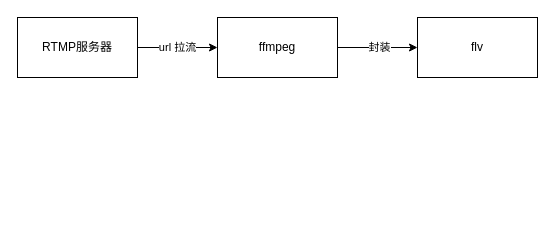
This is page "Page-16" (16 of 16) of Untitled Diagram2.drawio from craterone/imgs, a draw.io file, before an edit. Source tidied: cells renumbered, new cells numbered last; positions are measured from the earlier drawing's top-left corner, leaving out a move shared by most shapes. Both pictures are drawn from the tidied source at 100%, with x=0, y=0 at pixel (17, 17).
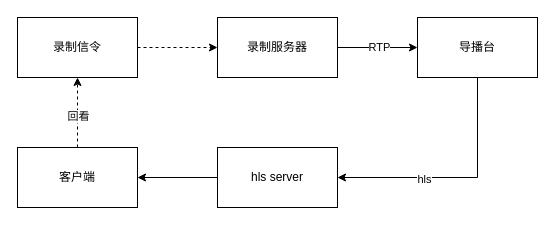
Above is the later version.

Change to the diagram source:
```diff
@@
 <mxGraphModel>
   <root>
     <mxCell id="0" />
     <mxCell id="1" parent="0" />
-    <mxCell id="2" value="url 拉流" style="edgeStyle=orthogonalEdgeStyle;rounded=0;jettySize=auto;html=1;entryX=0;entryY=0.5;entryDx=0;entryDy=0;" parent="1" edge="1" source="3" target="6">
+    <mxCell id="2" style="edgeStyle=orthogonalEdgeStyle;rounded=0;jettySize=auto;html=1;entryX=0;entryY=0.5;entryDx=0;entryDy=0;dashed=1;" parent="1" edge="1" source="3" target="6">
       <mxGeometry relative="1" as="geometry" />
     </mxCell>
-    <mxCell id="3" value="RTMP服务器" style="rounded=0;whiteSpace=wrap;html=1;" parent="1" vertex="1">
+    <mxCell id="3" value="录制信令" style="rounded=0;whiteSpace=wrap;html=1;" parent="1" vertex="1">
       <mxGeometry width="120" height="60" as="geometry" />
     </mxCell>
     <mxCell id="4" style="edgeStyle=orthogonalEdgeStyle;rounded=0;jettySize=auto;html=1;" parent="1" edge="1" source="6" target="7">
       <mxGeometry relative="1" as="geometry" />
     </mxCell>
-    <mxCell id="5" value="封装" style="edgeLabel;html=1;align=center;verticalAlign=middle;" parent="4" vertex="1">
+    <mxCell id="5" value="RTP" style="edgeLabel;html=1;align=center;verticalAlign=middle;" parent="4" vertex="1">
       <mxGeometry x="0.03" y="1" relative="1" as="geometry" />
     </mxCell>
-    <mxCell id="6" value="ffmpeg" style="rounded=0;whiteSpace=wrap;html=1;" parent="1" vertex="1">
+    <mxCell id="6" value="录制服务器" style="rounded=0;whiteSpace=wrap;html=1;" parent="1" vertex="1">
       <mxGeometry x="200" width="120" height="60" as="geometry" />
     </mxCell>
+    <mxCell id="9" style="edgeStyle=orthogonalEdgeStyle;rounded=0;jettySize=auto;html=1;entryX=1;entryY=0.5;entryDx=0;entryDy=0;exitX=0.5;exitY=1;exitDx=0;exitDy=0;" parent="1" edge="1" source="7" target="15">
+      <mxGeometry relative="1" as="geometry" />
+    </mxCell>
+    <mxCell id="10" value="hls" style="edgeLabel;html=1;align=center;verticalAlign=middle;" parent="9" vertex="1">
+      <mxGeometry x="0.28" y="1" relative="1" as="geometry" />
+    </mxCell>
-    <mxCell id="7" value="flv" style="rounded=0;whiteSpace=wrap;html=1;" parent="1" vertex="1">
+    <mxCell id="7" value="导播台" style="rounded=0;whiteSpace=wrap;html=1;" parent="1" vertex="1">
       <mxGeometry x="400" width="120" height="60" as="geometry" />
     </mxCell>
     <mxCell id="8" style="edgeStyle=orthogonalEdgeStyle;rounded=0;orthogonalLoop=1;jettySize=auto;html=1;exitX=0.5;exitY=1;exitDx=0;exitDy=0;" parent="1" edge="1" source="7" target="7">
       <mxGeometry relative="1" as="geometry" />
     </mxCell>
+    <mxCell id="11" style="edgeStyle=orthogonalEdgeStyle;rounded=0;jettySize=auto;html=1;exitX=0.5;exitY=0;exitDx=0;exitDy=0;entryX=0.5;entryY=1;entryDx=0;entryDy=0;dashed=1;" parent="1" edge="1" source="13" target="3">
+      <mxGeometry relative="1" as="geometry" />
+    </mxCell>
+    <mxCell id="12" value="回看" style="edgeLabel;html=1;align=center;verticalAlign=middle;" parent="11" vertex="1">
+      <mxGeometry x="-0.09" relative="1" as="geometry" />
+    </mxCell>
+    <mxCell id="13" value="客户端" style="rounded=0;whiteSpace=wrap;html=1;" parent="1" vertex="1">
+      <mxGeometry y="130" width="120" height="60" as="geometry" />
+    </mxCell>
+    <mxCell id="14" style="edgeStyle=orthogonalEdgeStyle;rounded=0;jettySize=auto;html=1;" parent="1" edge="1" source="15" target="13">
+      <mxGeometry relative="1" as="geometry" />
+    </mxCell>
+    <mxCell id="15" value="hls server" style="rounded=0;whiteSpace=wrap;html=1;" parent="1" vertex="1">
+      <mxGeometry x="200" y="130" width="120" height="60" as="geometry" />
+    </mxCell>
   </root>
 </mxGraphModel>
```
